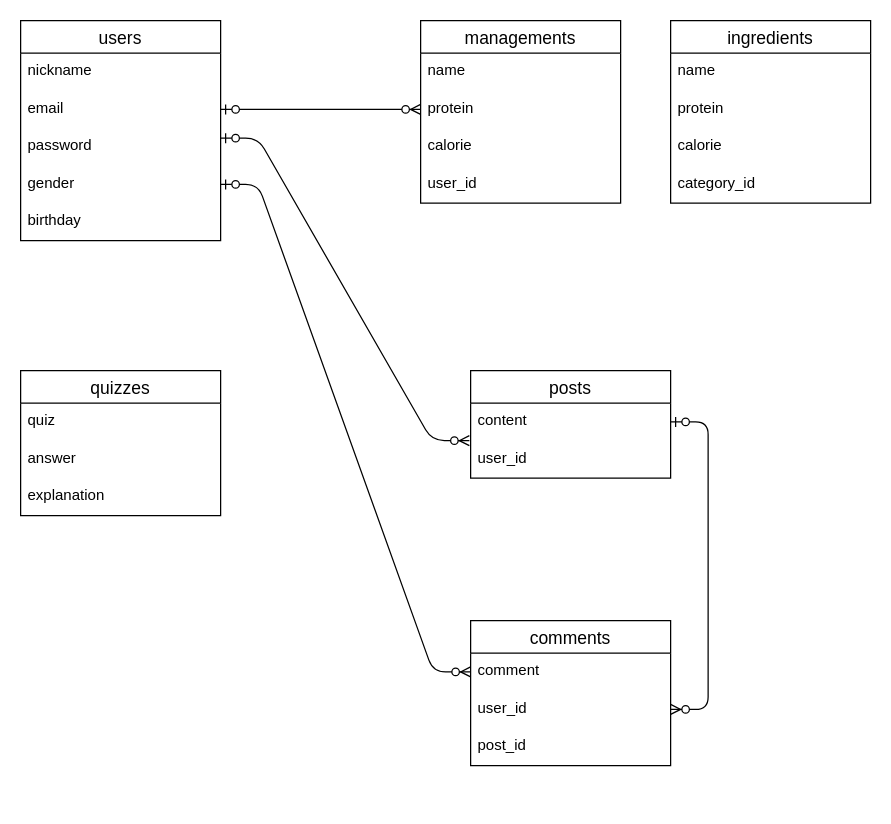
Before: ER.dio in kineeeecchi/original-37109, a draw.io diagram. Source tidied: cells renumbered, new cells numbered last; positions are measured from the earlier drawing's top-left corner, leaving out a move shared by most shapes. Both pictures are drawn from the tidied source at 125%, with x=0, y=0 at pixel (20, 20).
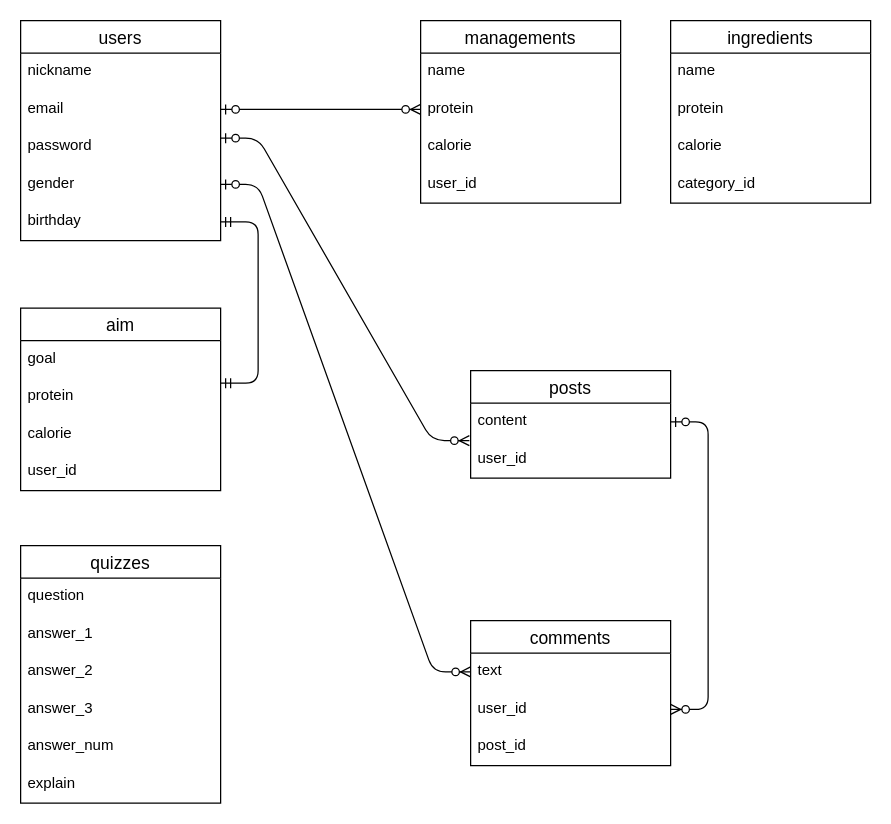
The same page after the edit.

Commit message (it also covers changes not shown here):
ER図とREADMEの修正

Unchanged cells that the change refers to:
```xml
<mxCell id="12" value="birthday" style="text;strokeColor=none;fillColor=none;spacingLeft=4;spacingRight=4;overflow=hidden;points=[[0,0.5],[1,0.5]];portConstraint=eastwest;fontSize=12;" parent="7" vertex="1">
  <mxGeometry y="146" width="160" height="30" as="geometry" />
</mxCell>
<mxCell id="20" value="comments" style="swimlane;fontStyle=0;horizontal=1;startSize=26;align=center;fontSize=14;" parent="1" vertex="1">
  <mxGeometry x="360" y="480" width="160" height="116" as="geometry" />
</mxCell>
```

The edit, as a diff of the source:
```diff
@@
     <mxCell id="13" value="quizzes" style="swimlane;fontStyle=0;horizontal=1;startSize=26;align=center;fontSize=14;" parent="1" vertex="1">
-      <mxGeometry y="280" width="160" height="116" as="geometry" />
+      <mxGeometry y="420" width="160" height="206" as="geometry" />
     </mxCell>
-    <mxCell id="14" value="quiz" style="text;strokeColor=none;fillColor=none;spacingLeft=4;spacingRight=4;overflow=hidden;fontSize=12;" parent="13" vertex="1">
+    <mxCell id="14" value="question" style="text;strokeColor=none;fillColor=none;spacingLeft=4;spacingRight=4;overflow=hidden;fontSize=12;" parent="13" vertex="1">
       <mxGeometry y="26" width="160" height="30" as="geometry" />
     </mxCell>
-    <mxCell id="15" value="answer" style="text;strokeColor=none;fillColor=none;spacingLeft=4;spacingRight=4;overflow=hidden;fontSize=12;" parent="13" vertex="1">
+    <mxCell id="15" value="answer_1" style="text;strokeColor=none;fillColor=none;spacingLeft=4;spacingRight=4;overflow=hidden;fontSize=12;" parent="13" vertex="1">
       <mxGeometry y="56" width="160" height="30" as="geometry" />
     </mxCell>
-    <mxCell id="16" value="explanation" style="text;strokeColor=none;fillColor=none;spacingLeft=4;spacingRight=4;overflow=hidden;fontSize=12;" parent="13" vertex="1">
+    <mxCell id="16" value="answer_2" style="text;strokeColor=none;fillColor=none;spacingLeft=4;spacingRight=4;overflow=hidden;fontSize=12;" parent="13" vertex="1">
       <mxGeometry y="86" width="160" height="30" as="geometry" />
     </mxCell>
+    <mxCell id="33" value="answer_3" style="text;strokeColor=none;fillColor=none;spacingLeft=4;spacingRight=4;overflow=hidden;fontSize=12;" parent="13" vertex="1">
+      <mxGeometry y="116" width="160" height="30" as="geometry" />
+    </mxCell>
+    <mxCell id="34" value="answer_num" style="text;strokeColor=none;fillColor=none;spacingLeft=4;spacingRight=4;overflow=hidden;fontSize=12;" parent="13" vertex="1">
+      <mxGeometry y="146" width="160" height="30" as="geometry" />
+    </mxCell>
+    <mxCell id="35" value="explain" style="text;strokeColor=none;fillColor=none;spacingLeft=4;spacingRight=4;overflow=hidden;fontSize=12;" parent="13" vertex="1">
+      <mxGeometry y="176" width="160" height="30" as="geometry" />
+    </mxCell>
@@
-    <mxCell id="21" value="comment" style="text;strokeColor=none;fillColor=none;spacingLeft=4;spacingRight=4;overflow=hidden;points=[[0,0.5],[1,0.5]];portConstraint=eastwest;fontSize=12;" parent="20" vertex="1">
+    <mxCell id="21" value="text" style="text;strokeColor=none;fillColor=none;spacingLeft=4;spacingRight=4;overflow=hidden;points=[[0,0.5],[1,0.5]];portConstraint=eastwest;fontSize=12;" parent="20" vertex="1">
       <mxGeometry y="26" width="160" height="30" as="geometry" />
     </mxCell>
@@
+    <mxCell id="36" value="aim" style="swimlane;fontStyle=0;horizontal=1;startSize=26;align=center;fontSize=14;" parent="1" vertex="1">
+      <mxGeometry y="230" width="160" height="146" as="geometry" />
+    </mxCell>
+    <mxCell id="37" value="goal" style="text;strokeColor=none;fillColor=none;spacingLeft=4;spacingRight=4;overflow=hidden;fontSize=12;" parent="36" vertex="1">
+      <mxGeometry y="26" width="160" height="30" as="geometry" />
+    </mxCell>
+    <mxCell id="38" value="protein" style="text;strokeColor=none;fillColor=none;spacingLeft=4;spacingRight=4;overflow=hidden;fontSize=12;" parent="36" vertex="1">
+      <mxGeometry y="56" width="160" height="30" as="geometry" />
+    </mxCell>
+    <mxCell id="39" value="calorie" style="text;strokeColor=none;fillColor=none;spacingLeft=4;spacingRight=4;overflow=hidden;fontSize=12;" parent="36" vertex="1">
+      <mxGeometry y="86" width="160" height="30" as="geometry" />
+    </mxCell>
+    <mxCell id="40" value="user_id" style="text;strokeColor=none;fillColor=none;spacingLeft=4;spacingRight=4;overflow=hidden;fontSize=12;" parent="36" vertex="1">
+      <mxGeometry y="116" width="160" height="30" as="geometry" />
+    </mxCell>
+    <mxCell id="41" style="edgeStyle=entityRelationEdgeStyle;fontSize=12;html=1;endArrow=ERmandOne;startArrow=ERmandOne;" parent="1" edge="1" target="12">
+      <mxGeometry relative="1" as="geometry">
+        <mxPoint x="160" y="290" as="sourcePoint" />
+      </mxGeometry>
+    </mxCell>
```
